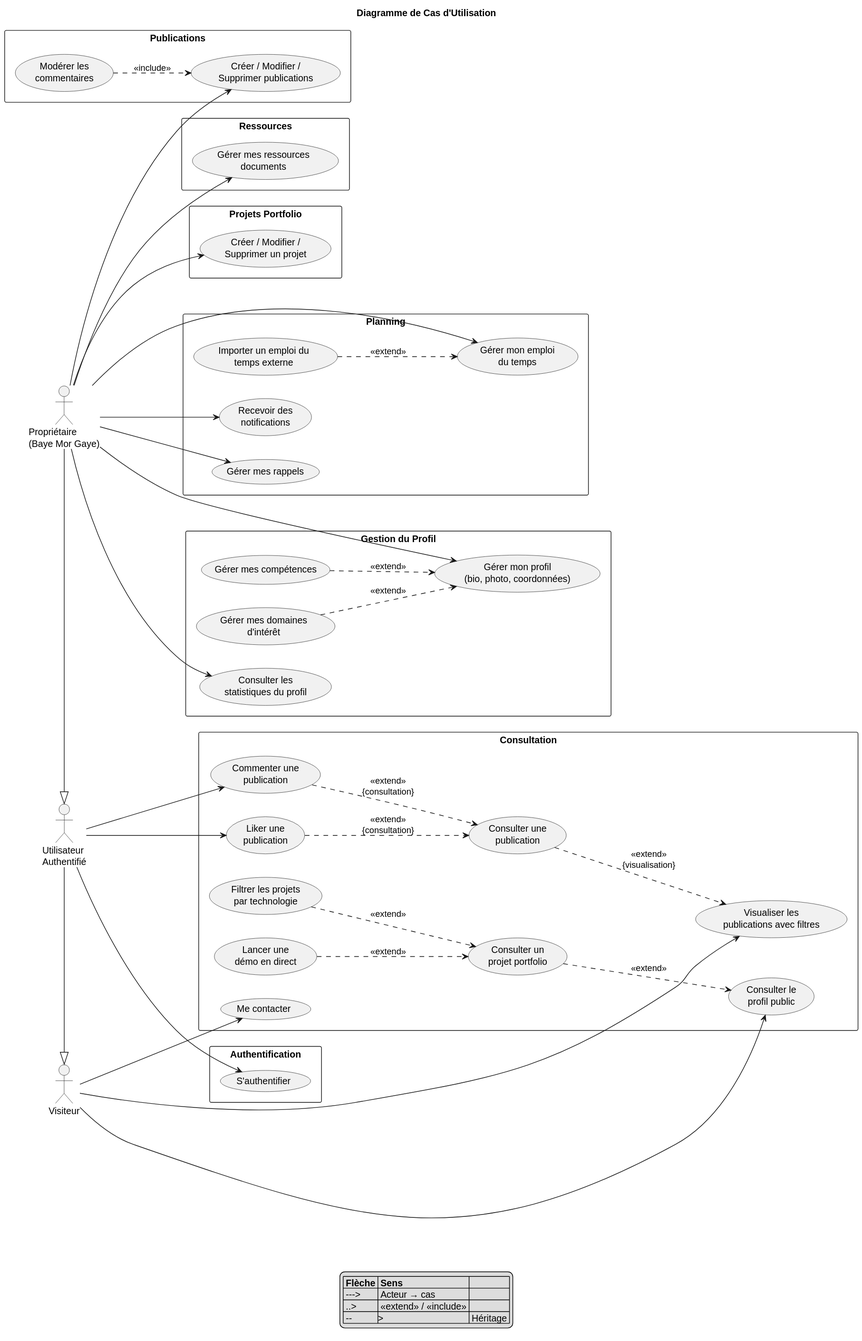
Above: uml-svg/use-cases/01-use-case.svg in GAYENSIS09/baye-mor-gaye (PlantUML), before the change.
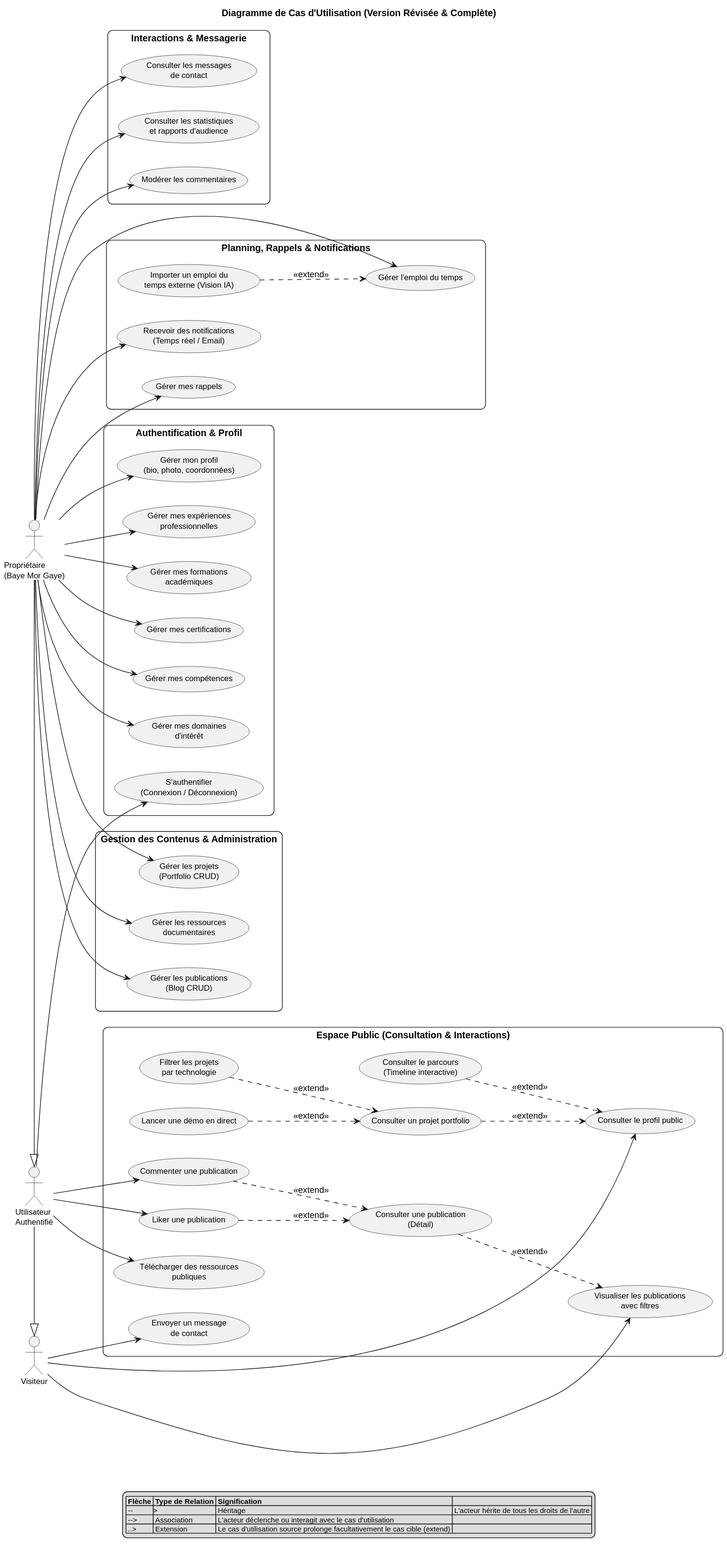
The same diagram one commit later.

What changed in the source:
```diff
@@ -1,7 +1,12 @@
 @startuml
-title Diagramme de Cas d'Utilisation
+title Diagramme de Cas d'Utilisation (Version Révisée & Complète)
 
-skinparam useCaseFontSize 14
+skinparam useCaseFontSize 12
+skinparam actorFontSize 12
+skinparam packageStyle rectangle
+skinparam roundcorner 15
+skinparam stereotypeCColor #ADD1B2
+skinparam legendFontSize 11
 
 left to right direction
 
@@ -12,47 +17,49 @@
 User -|> Visiteur
 Proprietaire -|> User
 
-rectangle "Consultation" {
-  usecase UCV as "Visualiser les\npublications avec filtres"
-  usecase UCC as "Consulter une\npublication"
-  usecase UCA as "Commenter une\npublication"
-  usecase UCL as "Liker une\npublication"
-  usecase UCP as "Consulter le\nprofil public"
-  usecase UCJ as "Consulter un\nprojet portfolio"
+rectangle "Espace Public (Consultation & Interactions)" {
+  usecase UCV as "Visualiser les publications\navec filtres"
+  usecase UCC as "Consulter une publication\n(Détail)"
+  usecase UCA as "Commenter une publication"
+  usecase UCL as "Liker une publication"
+
+  usecase UCP as "Consulter le profil public"
+  usecase UCTIMELINE as "Consulter le parcours\n(Timeline interactive)"
+  usecase UCJ as "Consulter un projet portfolio"
   usecase UCJF as "Filtrer les projets\npar technologie"
-  usecase UCJD as "Lancer une\ndémo en direct"
-  usecase UCO as "Me contacter"
+  usecase UCJD as "Lancer une démo en direct"
+
+  usecase UCDR as "Télécharger des ressources\npubliques"
+  usecase UCO as "Envoyer un message\nde contact"
 }
 
-rectangle "Authentification" {
-  usecase UCAUTH as "S'authentifier"
+rectangle "Authentification & Profil" {
+  usecase UCAUTH as "S'authentifier\n(Connexion / Déconnexion)"
+  usecase UCMP as "Gérer mon profil\n(bio, photo, coordonnées)"
+  usecase UCEXP as "Gérer mes expériences\nprofessionnelles"
+  usecase UCFOR as "Gérer mes formations\nacadémiques"
+  usecase UCCER as "Gérer mes certifications"
+  usecase UCSK as "Gérer mes compétences"
+  usecase UCDM as "Gérer mes domaines\nd'intérêt"
 }
 
-rectangle "Gestion du Profil" {
-  usecase UCMP as "Gérer mon profil\n(bio, photo, coordonnées)"
-  usecase UCSK as "Gérer mes compétences"
-  usecase UCDM as "Gérer mes domaines\nd'intérêt"
-  usecase UCST as "Consulter les\nstatistiques du profil"
+rectangle "Gestion des Contenus & Administration" {
+  usecase UCRP as "Gérer les publications\n(Blog CRUD)"
+  usecase UCRJ as "Gérer les projets\n(Portfolio CRUD)"
+  usecase UCRS as "Gérer les ressources\ndocumentaires"
 }
 
-rectangle "Publications" {
-  usecase UCRP as "Créer / Modifier /\nSupprimer publications"
-  usecase UCMD as "Modérer les\ncommentaires"
+rectangle "Interactions & Messagerie" {
+  usecase UCMD as "Modérer les commentaires"
+  usecase UCO_VIEW as "Consulter les messages\nde contact"
+  usecase UCST as "Consulter les statistiques\net rapports d'audience"
 }
 
-rectangle "Projets Portfolio" {
-  usecase UCRJ as "Créer / Modifier /\nSupprimer un projet"
-}
-
-rectangle "Planning" {
-  usecase UCEDT as "Gérer mon emploi\ndu temps"
-  usecase UCCONV as "Importer un emploi du\ntemps externe"
+rectangle "Planning, Rappels & Notifications" {
+  usecase UCEDT as "Gérer l'emploi du temps"
+  usecase UCCONV as "Importer un emploi du\ntemps externe (Vision IA)"
   usecase UCRM as "Gérer mes rappels"
-  usecase UCNT as "Recevoir des\nnotifications"
-}
-
-rectangle "Ressources" {
-  usecase UCRS as "Gérer mes ressources\ndocuments"
+  usecase UCNT as "Recevoir des notifications\n(Temps réel / Email)"
 }
 
 Visiteur --> UCV
@@ -62,32 +69,40 @@
 User --> UCAUTH
 User --> UCA
 User --> UCL
+User --> UCDR
 
 Proprietaire --> UCMP
+Proprietaire --> UCEXP
+Proprietaire --> UCFOR
+Proprietaire --> UCCER
+Proprietaire --> UCSK
+Proprietaire --> UCDM
 Proprietaire --> UCRP
 Proprietaire --> UCRJ
+Proprietaire --> UCRS
+Proprietaire --> UCMD
+Proprietaire --> UCO_VIEW
+Proprietaire --> UCST
 Proprietaire --> UCEDT
 Proprietaire --> UCRM
 Proprietaire --> UCNT
-Proprietaire --> UCRS
-Proprietaire --> UCST
 
-UCC ..> UCV : <<extend>>\n{visualisation}
-UCA ..> UCC : <<extend>>\n{consultation}
-UCL ..> UCC : <<extend>>\n{consultation}
+
+UCC ..> UCV : <<extend>>
+UCA ..> UCC : <<extend>>
+UCL ..> UCC : <<extend>>
+
+UCTIMELINE ..> UCP : <<extend>>
 UCJ ..> UCP : <<extend>>
 UCJF ..> UCJ : <<extend>>
 UCJD ..> UCJ : <<extend>>
-UCSK ..> UCMP : <<extend>>
-UCDM ..> UCMP : <<extend>>
+
 UCCONV ..> UCEDT : <<extend>>
 
-UCMD ..> UCRP : <<include>>
-
 legend bottom
-  |= Flèche |= Sens |
-  | ---> | Acteur → cas |
-  | ..>  | <<extend>> / <<include>> |
-  | --|>  | Héritage |
+  |= Flèche |= Type de Relation |= Signification |
+  | --|> | Héritage | L'acteur hérite de tous les droits de l'autre |
+  | --> | Association | L'acteur déclenche ou interagit avec le cas d'utilisation |
+  | ..> | Extension | Le cas d'utilisation source prolonge facultativement le cas cible (extend) |
 end legend
 @enduml
```
